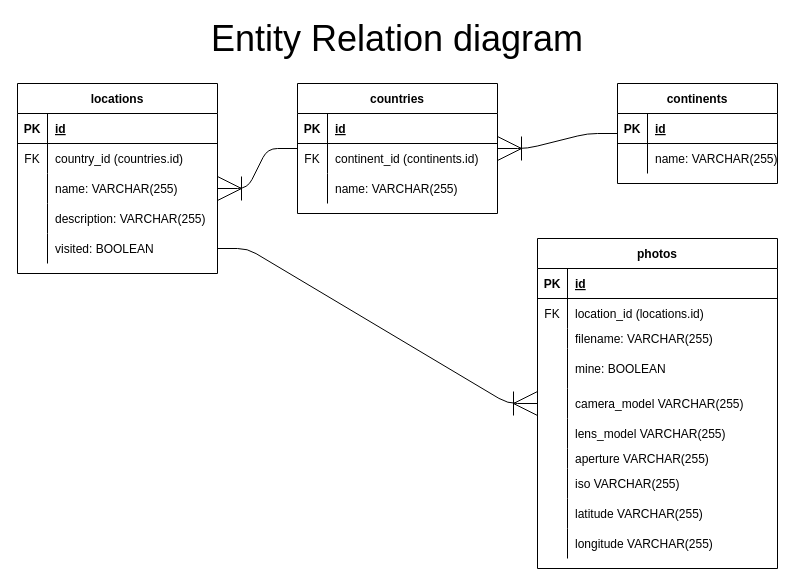
Earlier version of the draw.io diagram page "Entity relationship" (3 of 7) of Design/Design.drawio (Michalju/PhotoApp). Source tidied: cells renumbered, new cells numbered last; positions are measured from the earlier drawing's top-left corner, leaving out a move shared by most shapes. Both pictures are drawn from the tidied source at 100%, with x=0, y=0 at pixel (17, 18).
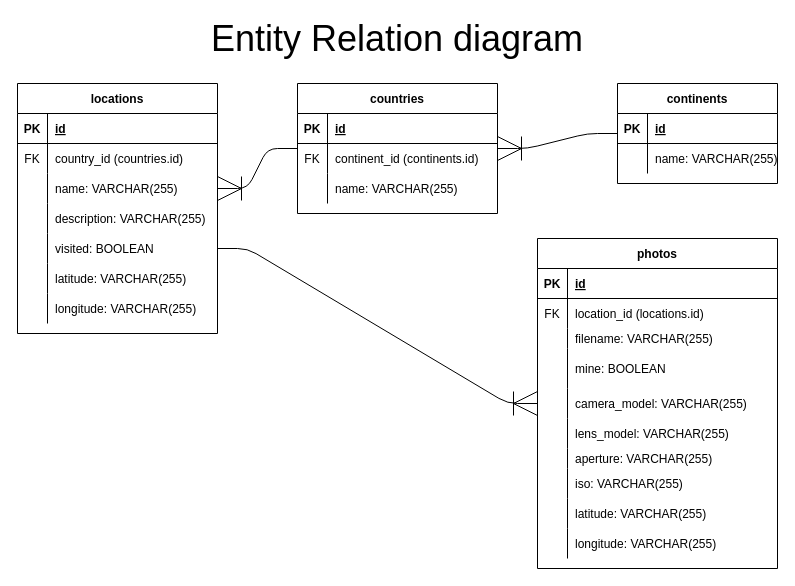
The same diagram, later.

The change refers to these unchanged cells:
```xml
<mxCell id="51" style="shape=partialRectangle;fillColor=none;top=0;left=0;bottom=0;right=0;" parent="38" vertex="1">
  <mxGeometry y="150" width="240" height="30" as="geometry" />
</mxCell>
<mxCell id="54" style="shape=partialRectangle;fillColor=none;top=0;left=0;bottom=0;right=0;" parent="38" vertex="1">
  <mxGeometry y="180" width="240" height="30" as="geometry" />
</mxCell>
<mxCell id="57" style="shape=partialRectangle;fillColor=none;top=0;left=0;bottom=0;right=0;" parent="38" vertex="1">
  <mxGeometry y="210" width="240" height="20" as="geometry" />
</mxCell>
<mxCell id="60" style="shape=partialRectangle;fillColor=none;top=0;left=0;bottom=0;right=0;" parent="38" vertex="1">
  <mxGeometry y="230" width="240" height="30" as="geometry" />
</mxCell>
<mxCell id="63" style="shape=partialRectangle;fillColor=none;top=0;left=0;bottom=0;right=0;" parent="38" vertex="1">
  <mxGeometry y="260" width="240" height="30" as="geometry" />
</mxCell>
<mxCell id="66" style="shape=partialRectangle;fillColor=none;top=0;left=0;bottom=0;right=0;" parent="38" vertex="1">
  <mxGeometry y="290" width="240" height="30" as="geometry" />
</mxCell>
```

Diff of the diagram source:
```diff
@@
     <mxCell id="2" value="locations" style="shape=table;startSize=30;childLayout=tableLayout;rowLines=0;fontStyle=1;align=center;" parent="1" vertex="1">
-      <mxGeometry y="65" width="200" height="190" as="geometry" />
+      <mxGeometry y="65" width="200" height="250" as="geometry" />
     </mxCell>
@@
+    <mxCell id="70" style="shape=partialRectangle;fillColor=none;top=0;left=0;bottom=0;right=0;" parent="2" vertex="1">
+      <mxGeometry y="180" width="200" height="30" as="geometry" />
+    </mxCell>
+    <mxCell id="71" style="shape=partialRectangle;fillColor=none;top=0;left=0;bottom=0;right=0;overflow=hidden;" parent="70" vertex="1">
+      <mxGeometry width="30" height="30" as="geometry" />
+    </mxCell>
+    <mxCell id="72" value="latitude: VARCHAR(255)" style="shape=partialRectangle;fillColor=none;top=0;left=0;bottom=0;right=0;align=left;spacingLeft=6;overflow=hidden;" parent="70" vertex="1">
+      <mxGeometry x="30" width="170" height="30" as="geometry" />
+    </mxCell>
+    <mxCell id="73" style="shape=partialRectangle;fillColor=none;top=0;left=0;bottom=0;right=0;" parent="2" vertex="1">
+      <mxGeometry y="210" width="200" height="30" as="geometry" />
+    </mxCell>
+    <mxCell id="74" style="shape=partialRectangle;fillColor=none;top=0;left=0;bottom=0;right=0;overflow=hidden;" parent="73" vertex="1">
+      <mxGeometry width="30" height="30" as="geometry" />
+    </mxCell>
+    <mxCell id="75" value="longitude: VARCHAR(255)" style="shape=partialRectangle;fillColor=none;top=0;left=0;bottom=0;right=0;align=left;spacingLeft=6;overflow=hidden;" parent="73" vertex="1">
+      <mxGeometry x="30" width="170" height="30" as="geometry" />
+    </mxCell>
@@
-    <mxCell id="53" value="camera_model VARCHAR(255)" style="shape=partialRectangle;fillColor=none;top=0;left=0;bottom=0;right=0;align=left;spacingLeft=6;overflow=hidden;" parent="51" vertex="1">
+    <mxCell id="53" value="camera_model: VARCHAR(255)" style="shape=partialRectangle;fillColor=none;top=0;left=0;bottom=0;right=0;align=left;spacingLeft=6;overflow=hidden;" parent="51" vertex="1">
       <mxGeometry x="30" width="210" height="30" as="geometry" />
     </mxCell>
@@
-    <mxCell id="56" value="lens_model VARCHAR(255)" style="shape=partialRectangle;fillColor=none;top=0;left=0;bottom=0;right=0;align=left;spacingLeft=6;overflow=hidden;" parent="54" vertex="1">
+    <mxCell id="56" value="lens_model: VARCHAR(255)" style="shape=partialRectangle;fillColor=none;top=0;left=0;bottom=0;right=0;align=left;spacingLeft=6;overflow=hidden;" parent="54" vertex="1">
       <mxGeometry x="30" width="210" height="30" as="geometry" />
     </mxCell>
@@
-    <mxCell id="59" value="aperture VARCHAR(255)" style="shape=partialRectangle;fillColor=none;top=0;left=0;bottom=0;right=0;align=left;spacingLeft=6;overflow=hidden;" parent="57" vertex="1">
+    <mxCell id="59" value="aperture: VARCHAR(255)" style="shape=partialRectangle;fillColor=none;top=0;left=0;bottom=0;right=0;align=left;spacingLeft=6;overflow=hidden;" parent="57" vertex="1">
       <mxGeometry x="30" width="210" height="20" as="geometry" />
     </mxCell>
@@
-    <mxCell id="62" value="iso VARCHAR(255)" style="shape=partialRectangle;fillColor=none;top=0;left=0;bottom=0;right=0;align=left;spacingLeft=6;overflow=hidden;" parent="60" vertex="1">
+    <mxCell id="62" value="iso: VARCHAR(255)" style="shape=partialRectangle;fillColor=none;top=0;left=0;bottom=0;right=0;align=left;spacingLeft=6;overflow=hidden;" parent="60" vertex="1">
       <mxGeometry x="30" width="210" height="30" as="geometry" />
     </mxCell>
@@
-    <mxCell id="65" value="latitude VARCHAR(255)" style="shape=partialRectangle;fillColor=none;top=0;left=0;bottom=0;right=0;align=left;spacingLeft=6;overflow=hidden;" parent="63" vertex="1">
+    <mxCell id="65" value="latitude: VARCHAR(255)" style="shape=partialRectangle;fillColor=none;top=0;left=0;bottom=0;right=0;align=left;spacingLeft=6;overflow=hidden;" parent="63" vertex="1">
       <mxGeometry x="30" width="210" height="30" as="geometry" />
     </mxCell>
@@
-    <mxCell id="68" value="longitude VARCHAR(255)" style="shape=partialRectangle;fillColor=none;top=0;left=0;bottom=0;right=0;align=left;spacingLeft=6;overflow=hidden;" parent="66" vertex="1">
+    <mxCell id="68" value="longitude: VARCHAR(255)" style="shape=partialRectangle;fillColor=none;top=0;left=0;bottom=0;right=0;align=left;spacingLeft=6;overflow=hidden;" parent="66" vertex="1">
       <mxGeometry x="30" width="210" height="30" as="geometry" />
     </mxCell>
```
